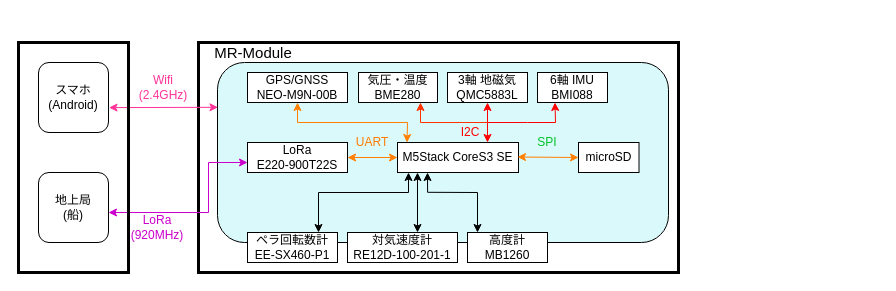
Earlier version of the draw.io diagram tri-system-diagram.drawio (21km43/drawio). Source tidied: cells renumbered, new cells numbered last; positions are measured from the earlier drawing's top-left corner, leaving out a move shared by most shapes. Both pictures are drawn from the tidied source at 100%, with x=0, y=0 at pixel (18, 32).
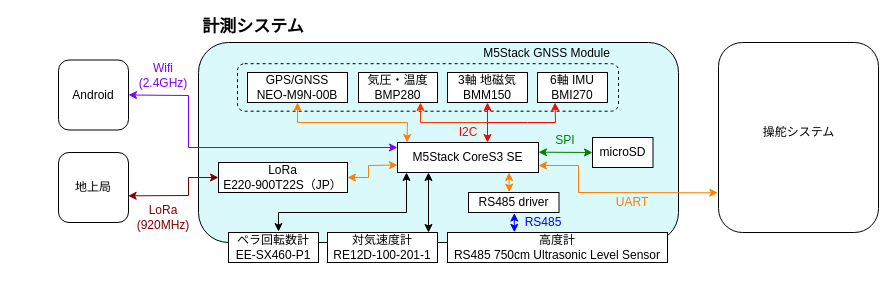
Above is the later version.

Commit message:
tri-system-diagram.drawio を更新します

Change to the diagram source:
```diff
@@
-    <mxCell id="2" style="rounded=0;whiteSpace=wrap;html=1;fillColor=none;fontColor=#333333;strokeColor=light-dark(#000000, #959595);strokeWidth=3;" parent="1" vertex="1">
-      <mxGeometry x="180" y="10" width="480" height="230" as="geometry" />
-    </mxCell>
     <mxCell id="3" style="rounded=1;whiteSpace=wrap;html=1;fillColor=#daf9fb;" parent="1" vertex="1">
-      <mxGeometry x="199" y="30" width="451" height="180" as="geometry" />
+      <mxGeometry x="180" y="10" width="480" height="200" as="geometry" />
     </mxCell>
+    <mxCell id="36" style="rounded=1;whiteSpace=wrap;html=1;dashed=1;fillColor=none;" parent="1" vertex="1">
+      <mxGeometry x="219" y="31.2" width="381" height="47.5" as="geometry" />
+    </mxCell>
     <mxCell id="4" value="M5Stack CoreS3 SE" style="rounded=0;whiteSpace=wrap;html=1;" parent="1" vertex="1">
-      <mxGeometry x="379" y="110" width="121" height="30" as="geometry" />
+      <mxGeometry x="379" y="110" width="141" height="30" as="geometry" />
     </mxCell>
-    <mxCell id="5" value="6軸 IMU&lt;div&gt;BMI088&lt;/div&gt;" style="rounded=0;whiteSpace=wrap;html=1;" parent="1" vertex="1">
+    <mxCell id="5" value="6軸 IMU&lt;div&gt;BMI270&lt;/div&gt;" style="rounded=0;whiteSpace=wrap;html=1;" parent="1" vertex="1">
       <mxGeometry x="519" y="40" width="70" height="30" as="geometry" />
     </mxCell>
-    <mxCell id="6" value="3軸 地磁気&lt;div&gt;QMC5883L&lt;/div&gt;" style="rounded=0;whiteSpace=wrap;html=1;" parent="1" vertex="1">
+    <mxCell id="6" value="3軸 地磁気&lt;div&gt;BMM150&lt;/div&gt;" style="rounded=0;whiteSpace=wrap;html=1;" parent="1" vertex="1">
       <mxGeometry x="429" y="40" width="80" height="30" as="geometry" />
     </mxCell>
-    <mxCell id="7" value="気圧・温度&lt;div&gt;BME280&lt;/div&gt;" style="rounded=0;whiteSpace=wrap;html=1;" parent="1" vertex="1">
+    <mxCell id="7" value="気圧・温度&lt;div&gt;BMP280&lt;/div&gt;" style="rounded=0;whiteSpace=wrap;html=1;" parent="1" vertex="1">
       <mxGeometry x="340" y="40" width="79" height="30" as="geometry" />
     </mxCell>
@@
-    <mxCell id="9" value="LoRa&lt;div&gt;E220-900T22S&lt;/div&gt;" style="rounded=0;whiteSpace=wrap;html=1;" parent="1" vertex="1">
-      <mxGeometry x="229" y="110" width="100" height="30" as="geometry" />
+    <mxCell id="9" value="LoRa&lt;div&gt;E220-900T22S（JP）&lt;/div&gt;" style="rounded=0;whiteSpace=wrap;html=1;" parent="1" vertex="1">
+      <mxGeometry x="200" y="130" width="129" height="30" as="geometry" />
     </mxCell>
     <mxCell id="10" value="microSD" style="rounded=0;whiteSpace=wrap;html=1;" parent="1" vertex="1">
-      <mxGeometry x="560" y="110" width="60.5" height="30" as="geometry" />
+      <mxGeometry x="574" y="105" width="60.5" height="30" as="geometry" />
     </mxCell>
     <mxCell id="11" value="対気速度計&lt;div&gt;RE12D-100-201-1&lt;/div&gt;" style="rounded=0;whiteSpace=wrap;html=1;" parent="1" vertex="1">
-      <mxGeometry x="329" y="200" width="110" height="30" as="geometry" />
+      <mxGeometry x="309" y="200" width="110" height="30" as="geometry" />
     </mxCell>
     <mxCell id="12" value="&lt;div&gt;ペラ回転数計&lt;/div&gt;&lt;div&gt;EE-SX460-P1&lt;/div&gt;" style="rounded=0;whiteSpace=wrap;html=1;" parent="1" vertex="1">
-      <mxGeometry x="229" y="200" width="90" height="30" as="geometry" />
+      <mxGeometry x="210" y="200" width="90" height="30" as="geometry" />
     </mxCell>
-    <mxCell id="13" value="&lt;div&gt;高度計&lt;/div&gt;&lt;div&gt;MB1260&lt;/div&gt;" style="rounded=0;whiteSpace=wrap;html=1;" parent="1" vertex="1">
-      <mxGeometry x="449" y="200" width="80" height="30" as="geometry" />
+    <mxCell id="13" value="&lt;div&gt;高度計&lt;/div&gt;&lt;div&gt;RS485 750cm Ultrasonic Level Sensor&lt;/div&gt;" style="rounded=0;whiteSpace=wrap;html=1;" parent="1" vertex="1">
+      <mxGeometry x="429" y="200" width="220" height="30" as="geometry" />
     </mxCell>
@@
     <mxCell id="17" value="I2C" style="text;html=1;align=center;verticalAlign=middle;whiteSpace=wrap;rounded=0;fontColor=#ff0000;" parent="1" vertex="1">
-      <mxGeometry x="429" y="90" width="46" height="20" as="geometry" />
+      <mxGeometry x="426.5" y="90" width="46" height="20" as="geometry" />
     </mxCell>
@@
     <mxCell id="19" value="&lt;font color=&quot;#ff7b00&quot;&gt;UART&lt;/font&gt;" style="text;html=1;align=center;verticalAlign=middle;whiteSpace=wrap;rounded=0;" parent="1" vertex="1">
-      <mxGeometry x="329" y="100" width="50" height="20" as="geometry" />
+      <mxGeometry x="589" y="160" width="50" height="20" as="geometry" />
     </mxCell>
-    <mxCell id="20" value="SPI" style="text;html=1;align=center;verticalAlign=middle;whiteSpace=wrap;rounded=0;fontColor=#00c227;" parent="1" vertex="1">
-      <mxGeometry x="509" y="100" width="40" height="20" as="geometry" />
+    <mxCell id="20" value="SPI" style="text;html=1;align=center;verticalAlign=middle;whiteSpace=wrap;rounded=0;fontColor=#008000;" parent="1" vertex="1">
+      <mxGeometry x="527" y="97.5" width="40" height="20" as="geometry" />
     </mxCell>
-    <mxCell id="21" style="endArrow=classic;startArrow=classic;html=1;rounded=0;strokeColor=#FF8000;entryX=0;entryY=0.5;entryDx=0;entryDy=0;exitX=1;exitY=0.5;exitDx=0;exitDy=0;" parent="1" edge="1" source="9" target="4">
-      <mxGeometry relative="1" as="geometry" />
+    <mxCell id="21" style="endArrow=classic;startArrow=classic;html=1;rounded=0;strokeColor=#FF8000;entryX=0;entryY=0.75;entryDx=0;entryDy=0;exitX=1;exitY=0.5;exitDx=0;exitDy=0;" parent="1" edge="1" source="9" target="4">
+      <mxGeometry relative="1" as="geometry">
+        <Array as="points">
+          <mxPoint x="350" y="145" />
+          <mxPoint x="350" y="133" />
+        </Array>
+      </mxGeometry>
     </mxCell>
-    <mxCell id="22" style="endArrow=classic;startArrow=classic;html=1;rounded=0;" parent="1" edge="1">
+    <mxCell id="22" style="endArrow=classic;startArrow=classic;html=1;rounded=0;exitX=0.667;exitY=-0.03;exitDx=0;exitDy=0;exitPerimeter=0;" parent="1" edge="1">
       <mxGeometry relative="1" as="geometry">
-        <mxPoint x="300" y="200" as="sourcePoint" />
-        <mxPoint x="390" y="140" as="targetPoint" />
+        <mxPoint x="260" y="199.1" as="sourcePoint" />
+        <mxPoint x="388" y="140" as="targetPoint" />
         <Array as="points">
-          <mxPoint x="300" y="160" />
-          <mxPoint x="390" y="160" />
+          <mxPoint x="260" y="180" />
+          <mxPoint x="388" y="180" />
         </Array>
       </mxGeometry>
     </mxCell>
     <mxCell id="23" style="endArrow=classic;startArrow=classic;html=1;rounded=0;" parent="1" edge="1">
       <mxGeometry relative="1" as="geometry">
-        <mxPoint x="399" y="200" as="sourcePoint" />
-        <mxPoint x="399" y="140" as="targetPoint" />
+        <mxPoint x="410" y="200" as="sourcePoint" />
+        <mxPoint x="410" y="140" as="targetPoint" />
       </mxGeometry>
     </mxCell>
-    <mxCell id="24" style="endArrow=classic;startArrow=classic;html=1;rounded=0;exitX=0.272;exitY=1.007;exitDx=0;exitDy=0;exitPerimeter=0;" parent="1" edge="1">
-      <mxGeometry relative="1" as="geometry">
-        <mxPoint x="409" y="140" as="sourcePoint" />
-        <mxPoint x="459" y="200" as="targetPoint" />
-        <Array as="points">
-          <mxPoint x="409.1" y="159.8" />
-          <mxPoint x="459" y="160" />
-        </Array>
-      </mxGeometry>
-    </mxCell>
-    <mxCell id="25" value="&lt;div style=&quot;text-align: left; font-size: 15px;&quot;&gt;MR-Module&lt;/div&gt;" style="text;html=1;align=center;verticalAlign=middle;whiteSpace=wrap;rounded=0;fontSize=15;" parent="1" vertex="1">
-      <mxGeometry x="170" width="130" height="40" as="geometry" />
-    </mxCell>
     <mxCell id="26" style="rounded=1;whiteSpace=wrap;html=1;" parent="1" vertex="1">
-      <mxGeometry x="20" y="30" width="70" height="70" as="geometry" />
+      <mxGeometry x="40" y="27.5" width="70" height="70" as="geometry" />
     </mxCell>
     <mxCell id="27" style="rounded=1;whiteSpace=wrap;html=1;" parent="1" vertex="1">
-      <mxGeometry x="20" y="140" width="70" height="70" as="geometry" />
+      <mxGeometry x="40" y="120" width="70" height="70" as="geometry" />
     </mxCell>
-    <mxCell id="28" value="スマホ&lt;div&gt;(Android)&lt;/div&gt;" style="text;html=1;align=center;verticalAlign=middle;whiteSpace=wrap;rounded=0;" parent="1" vertex="1">
-      <mxGeometry x="25" y="47.5" width="60" height="35" as="geometry" />
+    <mxCell id="28" value="Android" style="text;html=1;align=center;verticalAlign=middle;whiteSpace=wrap;rounded=0;" parent="1" vertex="1">
+      <mxGeometry x="45" y="45" width="60" height="35" as="geometry" />
     </mxCell>
-    <mxCell id="29" value="地上局&lt;div&gt;(船)&lt;/div&gt;" style="text;html=1;align=center;verticalAlign=middle;whiteSpace=wrap;rounded=0;" parent="1" vertex="1">
-      <mxGeometry x="20" y="160" width="70" height="30" as="geometry" />
+    <mxCell id="29" value="&lt;div&gt;地上局&lt;/div&gt;" style="text;html=1;align=center;verticalAlign=middle;whiteSpace=wrap;rounded=0;" parent="1" vertex="1">
+      <mxGeometry x="40" y="140" width="70" height="30" as="geometry" />
     </mxCell>
-    <mxCell id="30" style="endArrow=classic;startArrow=classic;html=1;rounded=0;fontColor=#99FF33;strokeColor=#CC00CC;" parent="1" edge="1">
+    <mxCell id="30" style="endArrow=classic;startArrow=classic;html=1;rounded=0;fontColor=#99FF33;strokeColor=#800000;exitX=0.995;exitY=0.778;exitDx=0;exitDy=0;entryX=0;entryY=0.5;entryDx=0;entryDy=0;exitPerimeter=0;" parent="1" edge="1" source="29" target="9">
       <mxGeometry relative="1" as="geometry">
-        <mxPoint x="90" y="180" as="sourcePoint" />
-        <mxPoint x="229" y="130" as="targetPoint" />
         <Array as="points">
-          <mxPoint x="190" y="180" />
-          <mxPoint x="190" y="130" />
+          <mxPoint x="170" y="163" />
+          <mxPoint x="170" y="145" />
         </Array>
       </mxGeometry>
     </mxCell>
-    <mxCell id="31" style="endArrow=classic;startArrow=classic;html=1;rounded=0;strokeColor=#FF3399;fontColor=#7EA6E0;exitX=1;exitY=0.5;exitDx=0;exitDy=0;" parent="1" edge="1">
+    <mxCell id="31" style="endArrow=classic;startArrow=classic;html=1;rounded=0;strokeColor=#8000FF;fontColor=#7EA6E0;exitX=1;exitY=0.5;exitDx=0;exitDy=0;" parent="1" edge="1" source="26">
       <mxGeometry relative="1" as="geometry">
-        <mxPoint x="90.5" y="75.1" as="sourcePoint" />
-        <mxPoint x="199.5" y="74.8" as="targetPoint" />
+        <mxPoint x="379" y="115" as="targetPoint" />
+        <Array as="points">
+          <mxPoint x="170" y="63" />
+          <mxPoint x="170" y="115" />
+        </Array>
       </mxGeometry>
     </mxCell>
-    <mxCell id="32" value="&lt;font style=&quot;color: rgb(204, 0, 204);&quot;&gt;LoRa&lt;/font&gt;&lt;div&gt;&lt;font style=&quot;color: rgb(204, 0, 204);&quot;&gt;(920MHz)&lt;/font&gt;&lt;/div&gt;" style="text;html=1;align=center;verticalAlign=middle;whiteSpace=wrap;rounded=0;fontColor=#FF66FF;" parent="1" vertex="1">
-      <mxGeometry x="109" y="180" width="60" height="30" as="geometry" />
+    <mxCell id="32" value="&lt;font style=&quot;&quot;&gt;LoRa&lt;/font&gt;&lt;div&gt;&lt;font style=&quot;&quot;&gt;(920MHz)&lt;/font&gt;&lt;/div&gt;" style="text;html=1;align=center;verticalAlign=middle;whiteSpace=wrap;rounded=0;fontColor=#800000;labelBackgroundColor=none;" parent="1" vertex="1">
+      <mxGeometry x="115" y="170" width="60" height="30" as="geometry" />
     </mxCell>
-    <mxCell id="33" value="&lt;font style=&quot;color: rgb(255, 51, 153);&quot;&gt;Wifi&lt;/font&gt;&lt;div&gt;&lt;font style=&quot;color: rgb(255, 51, 153);&quot;&gt;(2.4GHz)&lt;/font&gt;&lt;/div&gt;" style="text;html=1;align=center;verticalAlign=middle;whiteSpace=wrap;rounded=0;fontColor=#EEE91D;" parent="1" vertex="1">
-      <mxGeometry x="110" y="40" width="70" height="30" as="geometry" />
+    <mxCell id="33" value="&lt;font style=&quot;&quot;&gt;Wifi&lt;/font&gt;&lt;div&gt;&lt;font style=&quot;&quot;&gt;(2.4GHz)&lt;/font&gt;&lt;/div&gt;" style="text;html=1;align=center;verticalAlign=middle;whiteSpace=wrap;rounded=0;fontColor=#8000FF;" parent="1" vertex="1">
+      <mxGeometry x="110" y="27.5" width="70" height="30" as="geometry" />
     </mxCell>
-    <mxCell id="34" style="rounded=0;whiteSpace=wrap;html=1;fillColor=none;fontColor=#333333;strokeColor=light-dark(#000000, #959595);strokeWidth=3;" parent="1" vertex="1">
-      <mxGeometry y="10" width="110" height="230" as="geometry" />
-    </mxCell>
-    <mxCell id="35" style="endArrow=classic;startArrow=classic;html=1;rounded=0;strokeColor=#FF8000;entryX=0;entryY=0.5;entryDx=0;entryDy=0;exitX=1;exitY=0.5;exitDx=0;exitDy=0;fontColor=#000000;" parent="1" edge="1" target="10">
+    <mxCell id="35" style="endArrow=classic;startArrow=classic;html=1;rounded=0;strokeColor=#008000;entryX=0;entryY=0.5;entryDx=0;entryDy=0;fontColor=#000000;exitX=1;exitY=0.5;exitDx=0;exitDy=0;" parent="1" edge="1" target="10">
       <mxGeometry relative="1" as="geometry">
-        <mxPoint x="499" y="124.5" as="sourcePoint" />
+        <mxPoint x="520" y="119.7" as="sourcePoint" />
       </mxGeometry>
     </mxCell>
+    <mxCell id="37" style="endArrow=classic;startArrow=classic;html=1;rounded=0;strokeColor=#0000FF;entryX=0.304;entryY=-0.008;entryDx=0;entryDy=0;exitX=0.506;exitY=1.03;exitDx=0;exitDy=0;entryPerimeter=0;exitPerimeter=0;" parent="1" edge="1" source="38" target="13">
+      <mxGeometry relative="1" as="geometry" />
+    </mxCell>
+    <mxCell id="38" value="RS485 driver" style="rounded=0;whiteSpace=wrap;html=1;" parent="1" vertex="1">
+      <mxGeometry x="450" y="160" width="90.5" height="20" as="geometry" />
+    </mxCell>
+    <mxCell id="39" style="endArrow=classic;startArrow=classic;html=1;rounded=0;strokeColor=#FF8000;entryX=0.45;entryY=-0.014;entryDx=0;entryDy=0;exitX=1;exitY=0.5;exitDx=0;exitDy=0;entryPerimeter=0;" parent="1" edge="1" target="38">
+      <mxGeometry relative="1" as="geometry">
+        <mxPoint x="490.5" y="140" as="sourcePoint" />
+      </mxGeometry>
+    </mxCell>
+    <mxCell id="40" value="RS485" style="text;html=1;align=center;verticalAlign=middle;whiteSpace=wrap;rounded=0;fontColor=#0000FF;" parent="1" vertex="1">
+      <mxGeometry x="500" y="180" width="50" height="20" as="geometry" />
+    </mxCell>
+    <mxCell id="41" style="endArrow=classic;startArrow=classic;html=1;rounded=0;strokeColor=#FF8000;exitX=1;exitY=0.75;exitDx=0;exitDy=0;entryX=-0.004;entryY=0.791;entryDx=0;entryDy=0;entryPerimeter=0;" parent="1" edge="1" target="42">
+      <mxGeometry relative="1" as="geometry">
+        <mxPoint x="520" y="133" as="sourcePoint" />
+        <Array as="points">
+          <mxPoint x="560" y="133" />
+          <mxPoint x="560" y="160" />
+        </Array>
+      </mxGeometry>
+    </mxCell>
+    <mxCell id="42" style="rounded=1;whiteSpace=wrap;html=1;" parent="1" vertex="1">
+      <mxGeometry x="700" y="10" width="160" height="190" as="geometry" />
+    </mxCell>
+    <mxCell id="43" value="&lt;div&gt;操舵システム&lt;/div&gt;" style="text;html=1;align=center;verticalAlign=middle;whiteSpace=wrap;rounded=0;" parent="1" vertex="1">
+      <mxGeometry x="732.5" y="85" width="95" height="30" as="geometry" />
+    </mxCell>
+    <mxCell id="44" value="&lt;b&gt;&lt;font style=&quot;font-size: 17px;&quot;&gt;計測システム&lt;/font&gt;&lt;/b&gt;" style="text;html=1;align=center;verticalAlign=middle;whiteSpace=wrap;rounded=0;" parent="1" vertex="1">
+      <mxGeometry x="180" y="-15" width="110" height="20" as="geometry" />
+    </mxCell>
+    <mxCell id="45" value="M5Stack GNSS Module" style="text;html=1;align=center;verticalAlign=middle;whiteSpace=wrap;rounded=0;" parent="1" vertex="1">
+      <mxGeometry x="460" y="11.2" width="137" height="20" as="geometry" />
+    </mxCell>
```
